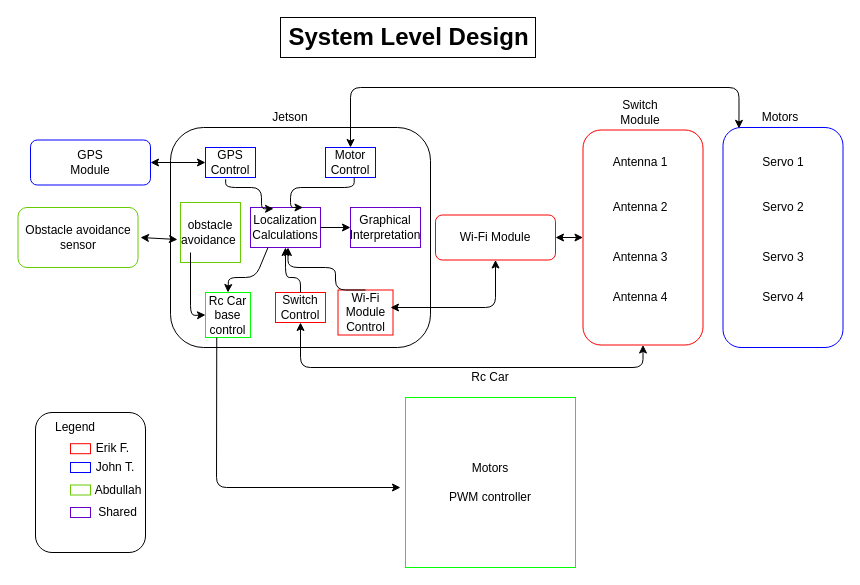
The draw.io diagram Untitled Diagram.drawio in ghost-of-EE/EENG-490-capstone, before the edit. Source tidied: cells renumbered, new cells numbered last; positions are measured from the earlier drawing's top-left corner, leaving out a move shared by most shapes. Both pictures are drawn from the tidied source at 100%, with x=0, y=0 at pixel (18, 17).
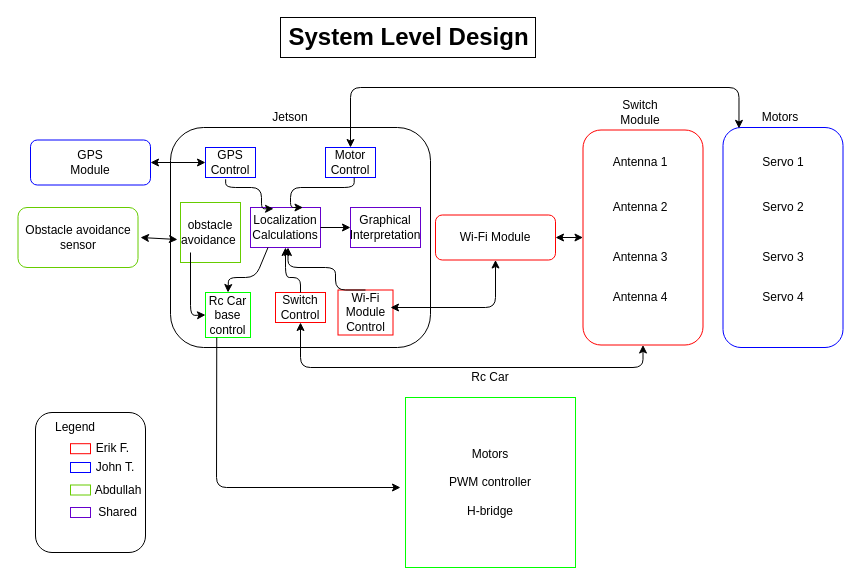
The same page after the edit.

Diff of the diagram source:
```diff
@@
-    <mxCell id="45" value="Motors&lt;br&gt;&lt;br&gt;PWM controller" style="whiteSpace=wrap;html=1;strokeColor=#00FF00;" parent="1" vertex="1">
+    <mxCell id="45" value="Motors&lt;br&gt;&lt;br&gt;PWM controller&lt;br&gt;&lt;br&gt;H-bridge" style="whiteSpace=wrap;html=1;strokeColor=#00FF00;" parent="1" vertex="1">
       <mxGeometry x="387" y="380" width="170" height="170" as="geometry" />
     </mxCell>
```
